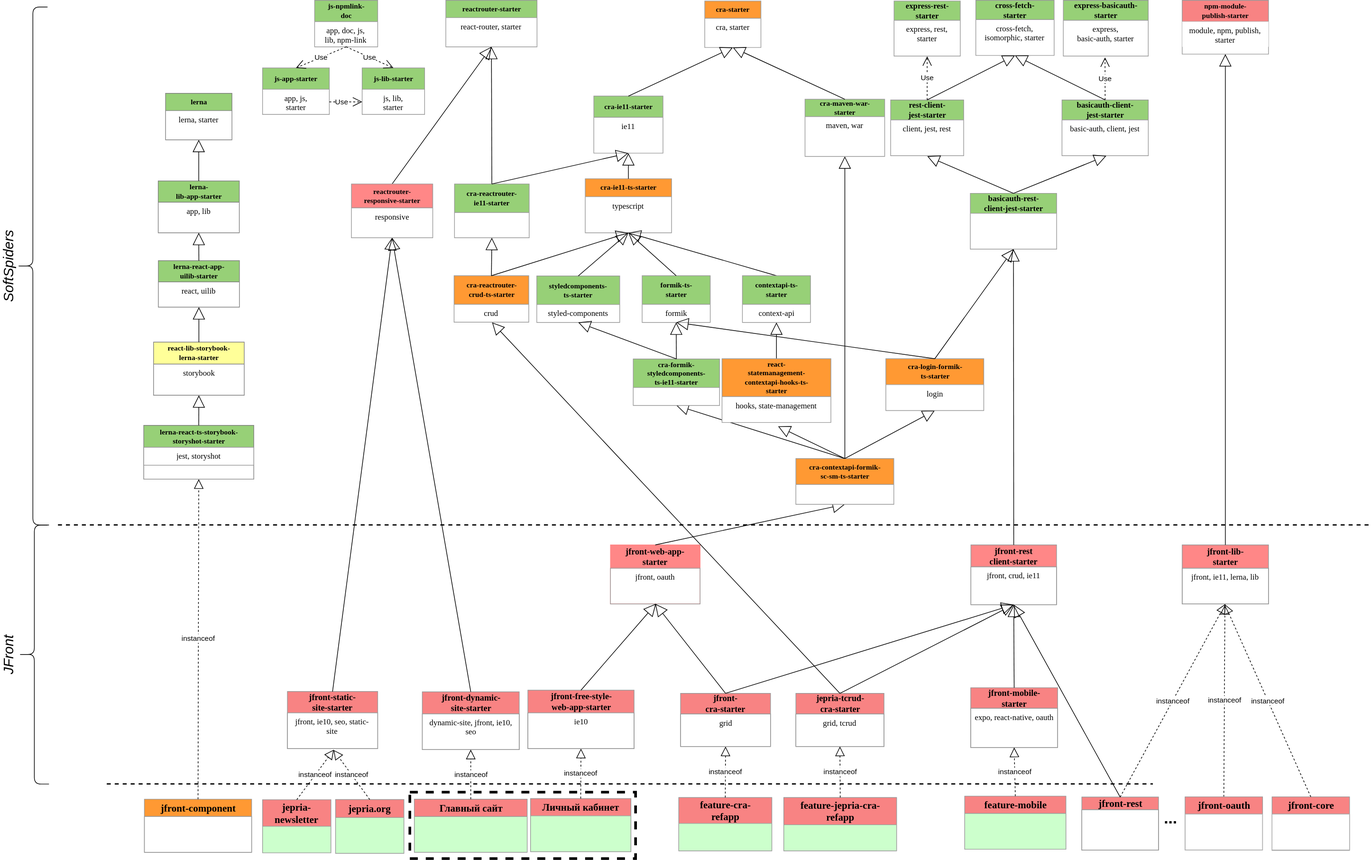
Above: jfront/images/jfront-plan.svg in Jepria/doc (draw.io), before the change. Source tidied: cells renumbered, new cells last; positions are measured from the earlier drawing's top-left corner, leaving out a move shared by most shapes.
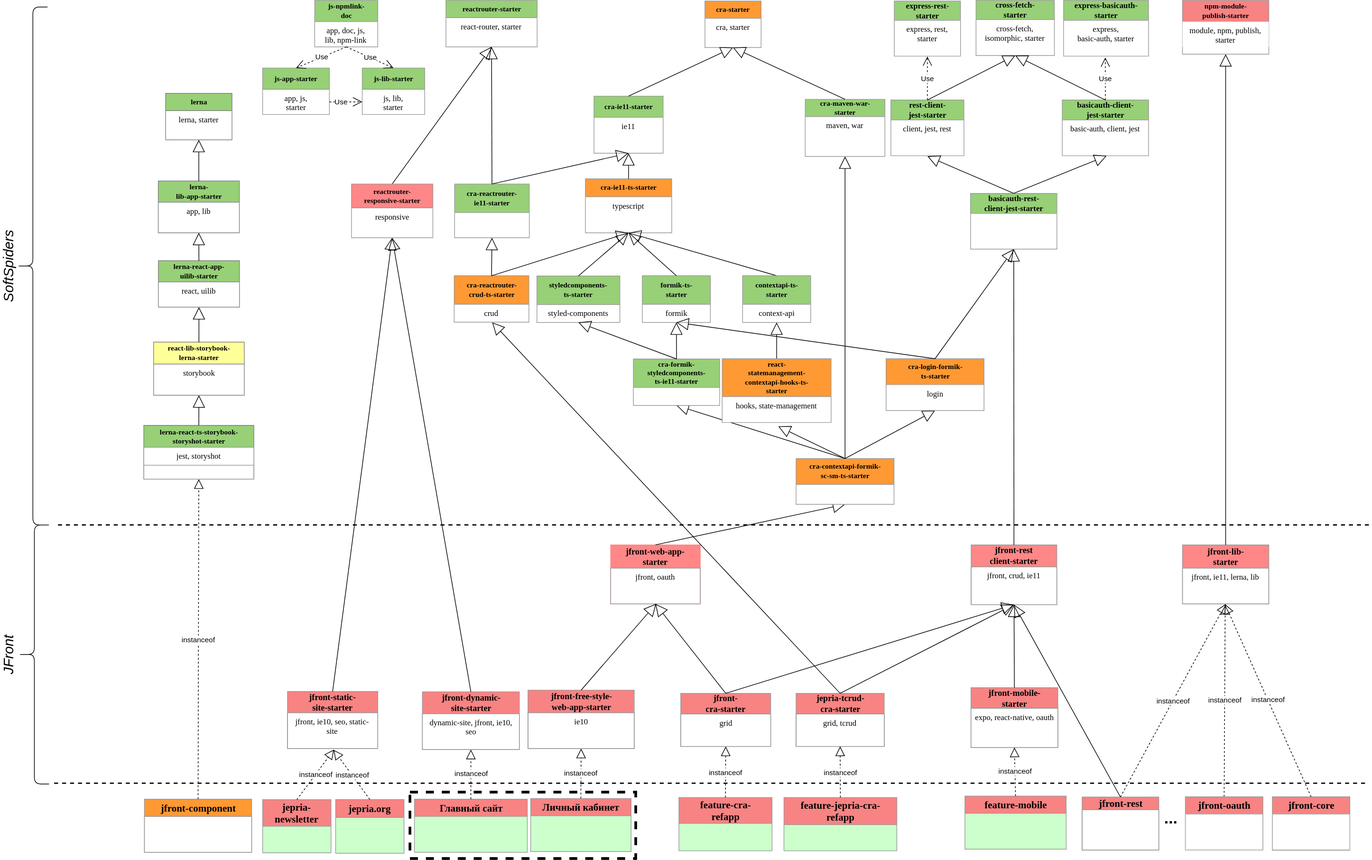
Above is the later version.

Commit message:
feat: jfront-plan diagram

What changed in the source:
```diff
@@ -221,12 +221,6 @@
     <mxCell id="74" style="endArrow=block;endSize=16;endFill=0;html=1;exitX=0.5;exitY=0;exitDx=0;exitDy=0;entryX=0.5;entryY=1;entryDx=0;entryDy=0;" parent="1" edge="1" source="67" target="23">
       <mxGeometry relative="1" as="geometry" />
     </mxCell>
-    <mxCell id="75" style="endArrow=none;dashed=1;html=1;strokeWidth=2;fontSize=4;" parent="1" edge="1">
-      <mxGeometry relative="1" as="geometry">
-        <mxPoint x="262.3" y="1180" as="sourcePoint" />
-        <mxPoint x="1837.9" y="1180" as="targetPoint" />
-      </mxGeometry>
-    </mxCell>
     <mxCell id="76" style="shape=curlyBracket;whiteSpace=wrap;html=1;rounded=1;strokeWidth=1;fillColor=#F88383;size=0.5353383458646644;rotation=0;" parent="1" vertex="1">
       <mxGeometry x="125.6" y="10" width="47.5" height="780" as="geometry" />
     </mxCell>
@@ -470,5 +464,11 @@
     <mxCell id="155" style="endArrow=block;endSize=16;endFill=0;html=1;exitX=0.5;exitY=0;exitDx=0;exitDy=0;entryX=0.5;entryY=1;entryDx=0;entryDy=0;" parent="1" edge="1" source="151" target="97">
       <mxGeometry relative="1" as="geometry" />
     </mxCell>
+    <mxCell id="156" style="endArrow=none;dashed=1;html=1;strokeWidth=2;fontSize=4;" parent="1" edge="1">
+      <mxGeometry relative="1" as="geometry">
+        <mxPoint x="183" y="1179" as="sourcePoint" />
+        <mxPoint x="2157.2" y="1179" as="targetPoint" />
+      </mxGeometry>
+    </mxCell>
   </root>
 </mxGraphModel>
```
